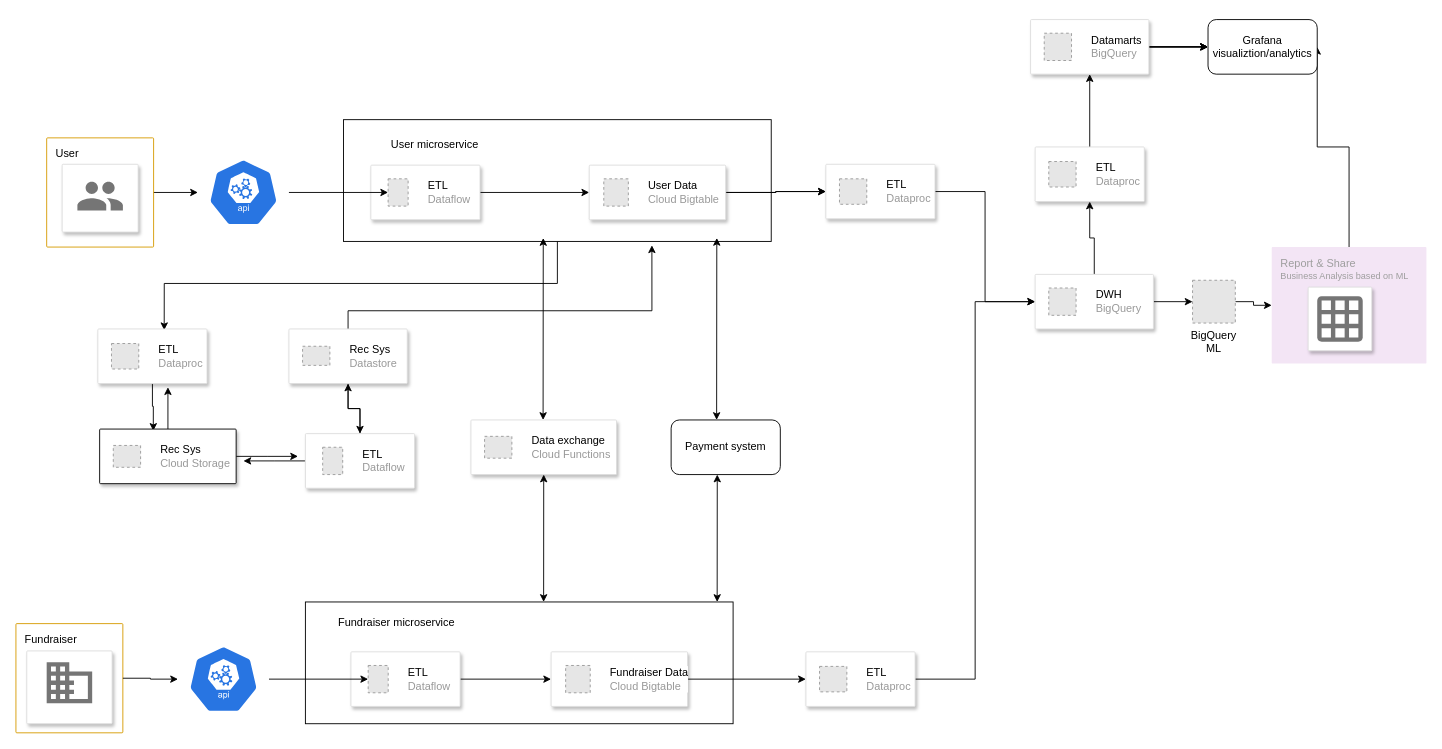
Above: GCP Diagram.drawio in Pavy93/diagram (draw.io), before the change. Source tidied: cells renumbered, new cells numbered last; positions are measured from the earlier drawing's top-left corner, leaving out a move shared by most shapes. Both pictures are drawn from the tidied source at 91%, with x=0, y=0 at pixel (15, 19). Pictures stored in the file or linked from it are replaced by grey dashed boxes.
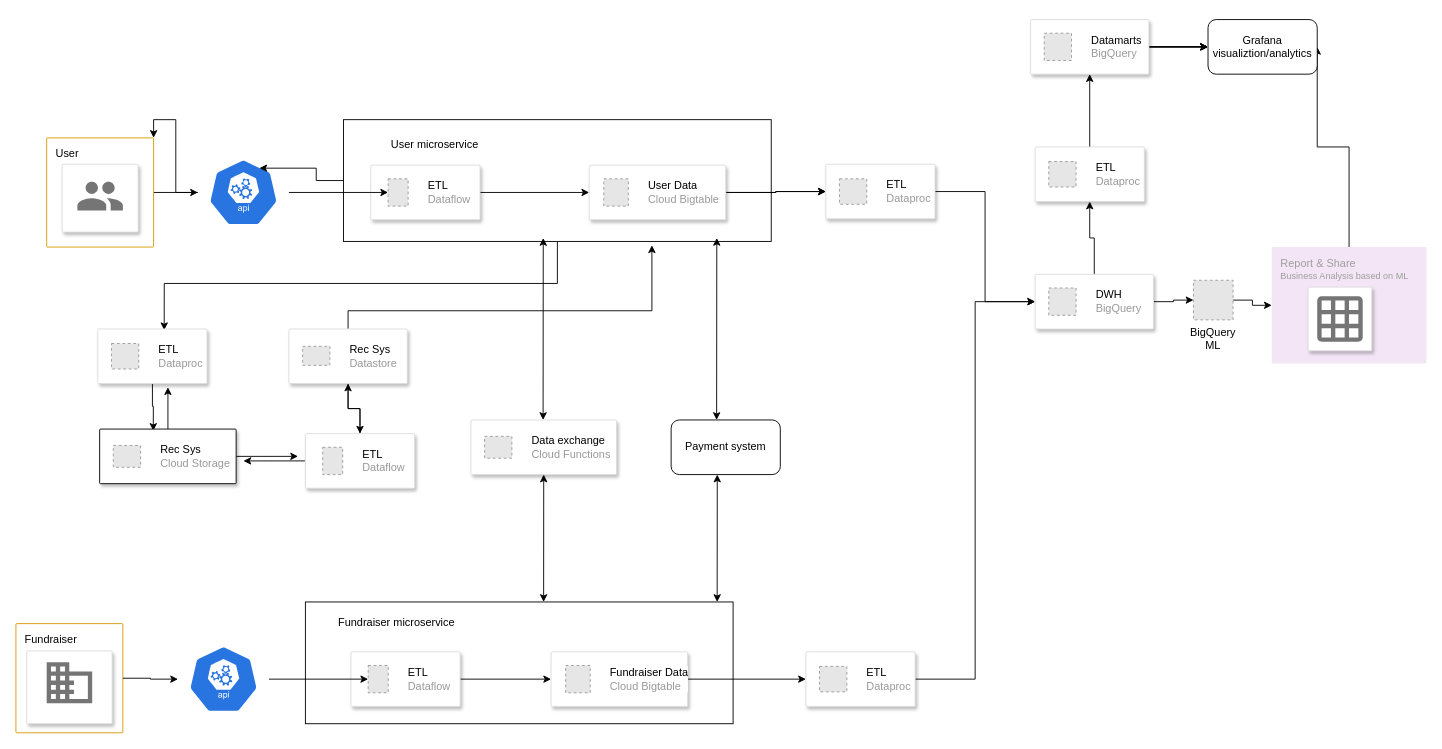
After the change.

Unchanged cells that the change refers to:
```xml
<mxCell id="16" value="User" style="rounded=1;absoluteArcSize=1;arcSize=2;html=1;shadow=0;dashed=0;fontSize=12;align=left;verticalAlign=top;spacing=10;spacingTop=-4;glass=0;fillColor=none;strokeColor=#d79b00;" parent="1" vertex="1">
  <mxGeometry x="33.8" y="130" width="117.5" height="120" as="geometry" />
</mxCell>
<mxCell id="25" style="sketch=0;html=1;dashed=0;whitespace=wrap;fillColor=#2875E2;strokeColor=#ffffff;points=[[0.005,0.63,0],[0.1,0.2,0],[0.9,0.2,0],[0.5,0,0],[0.995,0.63,0],[0.72,0.99,0],[0.5,1,0],[0.28,0.99,0]];shape=mxgraph.kubernetes.icon;prIcon=api;shadow=0;glass=0;" parent="1" vertex="1">
  <mxGeometry x="200" y="153" width="100" height="74" as="geometry" />
</mxCell>
<mxCell id="55" style="rounded=0;whiteSpace=wrap;html=1;shadow=0;glass=0;fillColor=none;" parent="1" vertex="1">
  <mxGeometry x="360" y="110" width="470" height="133.8" as="geometry" />
</mxCell>
```

What changed in the source:
```diff
@@
+    <mxCell id="80" style="edgeStyle=orthogonalEdgeStyle;rounded=0;jettySize=auto;html=1;entryX=1;entryY=0;entryDx=0;entryDy=0;" parent="1" edge="1" source="25" target="16">
+      <mxGeometry relative="1" as="geometry" />
+    </mxCell>
@@
     <mxCell id="43" value="BigQuery&#10;ML" style="fillColor=#E6E6E6;strokeColor=#999999;dashed=1;verticalLabelPosition=bottom;labelBackgroundColor=#ffffff;verticalAlign=top;" parent="1" vertex="1">
-      <mxGeometry x="1293" y="286.5" width="47" height="47" as="geometry" />
+      <mxGeometry x="1294" y="286.5" width="43.5" height="43.5" as="geometry" />
     </mxCell>
@@
+    <mxCell id="81" style="edgeStyle=orthogonalEdgeStyle;rounded=0;jettySize=auto;html=1;entryX=0.675;entryY=0.139;entryDx=0;entryDy=0;entryPerimeter=0;" parent="1" edge="1" source="55" target="25">
+      <mxGeometry relative="1" as="geometry" />
+    </mxCell>
```
